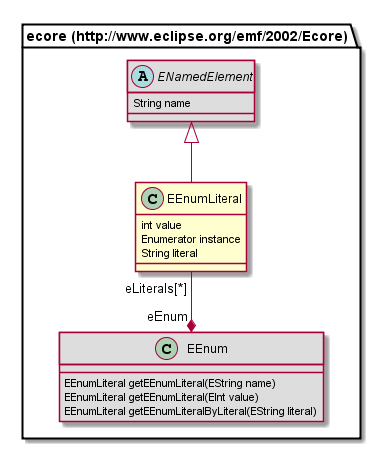
Nasdanika/codegen keeps this PlantUML diagram as org.nasdanika.codegen.editor/doc/model/687474703a2f2f7777772e65636c697073652e6f72672f656d662f323030322f45636f7265/EEnumLiteral.png. Above is the earlier version.
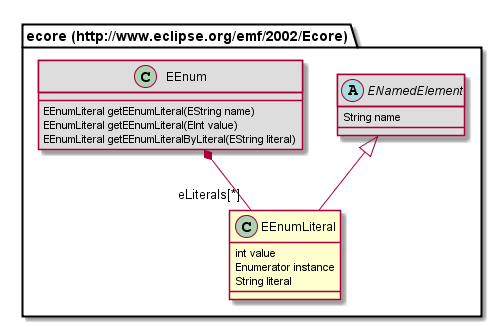
After the change.

Change to the diagram source:
```diff
@@ -13,5 +13,5 @@
 	EEnumLiteral getEEnumLiteralByLiteral(EString literal)
 }
 "ecore (http://www.eclipse.org/emf/2002/Ecore).ENamedElement" <|-- "ecore (http://www.eclipse.org/emf/2002/Ecore).EEnumLiteral"
-"ecore (http://www.eclipse.org/emf/2002/Ecore).EEnumLiteral" "eLiterals[*]" --* "eEnum" "ecore (http://www.eclipse.org/emf/2002/Ecore).EEnum"
+"ecore (http://www.eclipse.org/emf/2002/Ecore).EEnum" *-- "eLiterals[*]" "ecore (http://www.eclipse.org/emf/2002/Ecore).EEnumLiteral"
 @enduml
```
